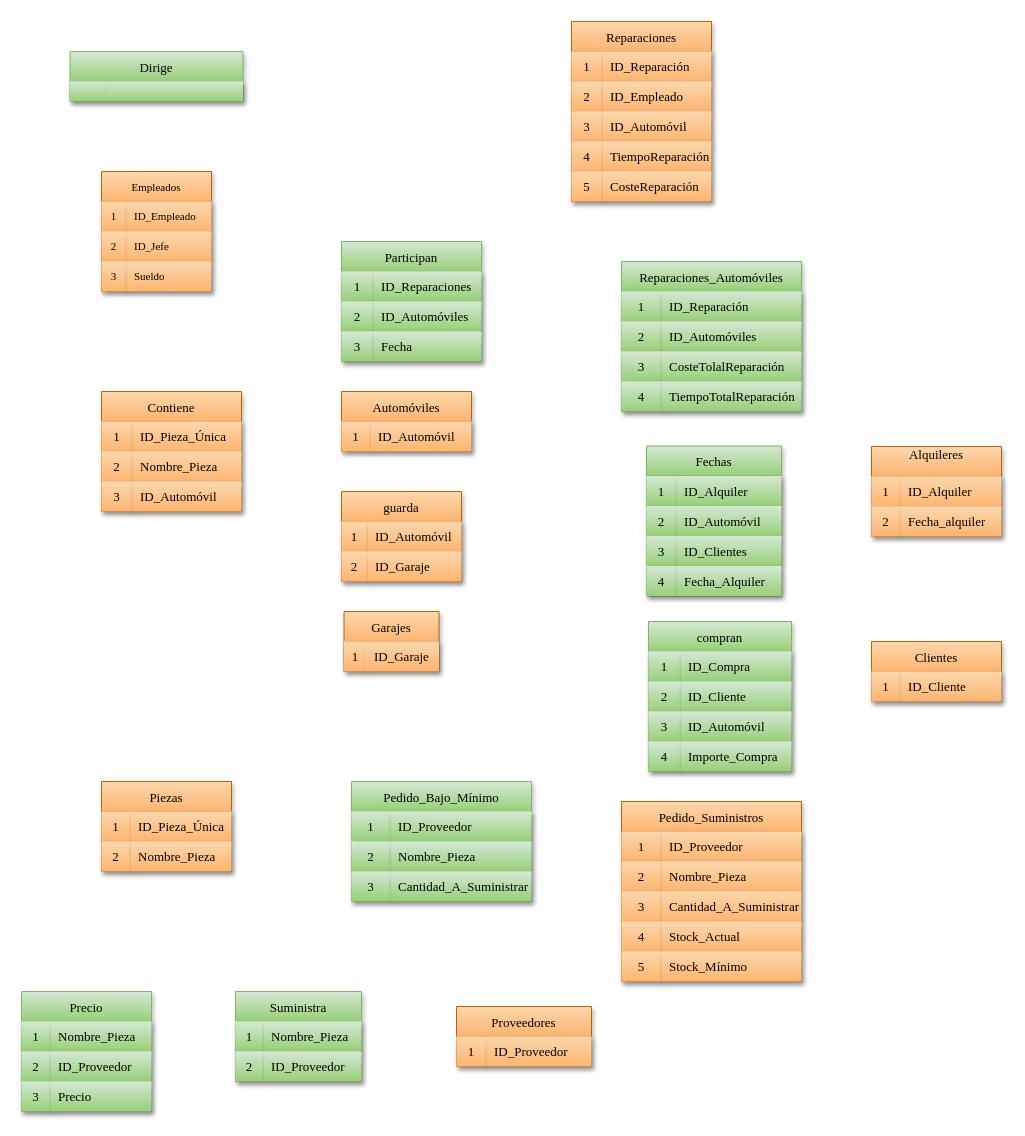
Above: IngenieríaDeSoftware/Práctica2 Actividad1/Modelo relacional.drawio in aloantony/TrabajosEnGrupoGII-DalilaTony (draw.io), before the change. Source tidied: cells renumbered, new cells numbered last; positions are measured from the earlier drawing's top-left corner, leaving out a move shared by most shapes. Both pictures are drawn from the tidied source at 100%, with x=0, y=0 at pixel (21, 21).
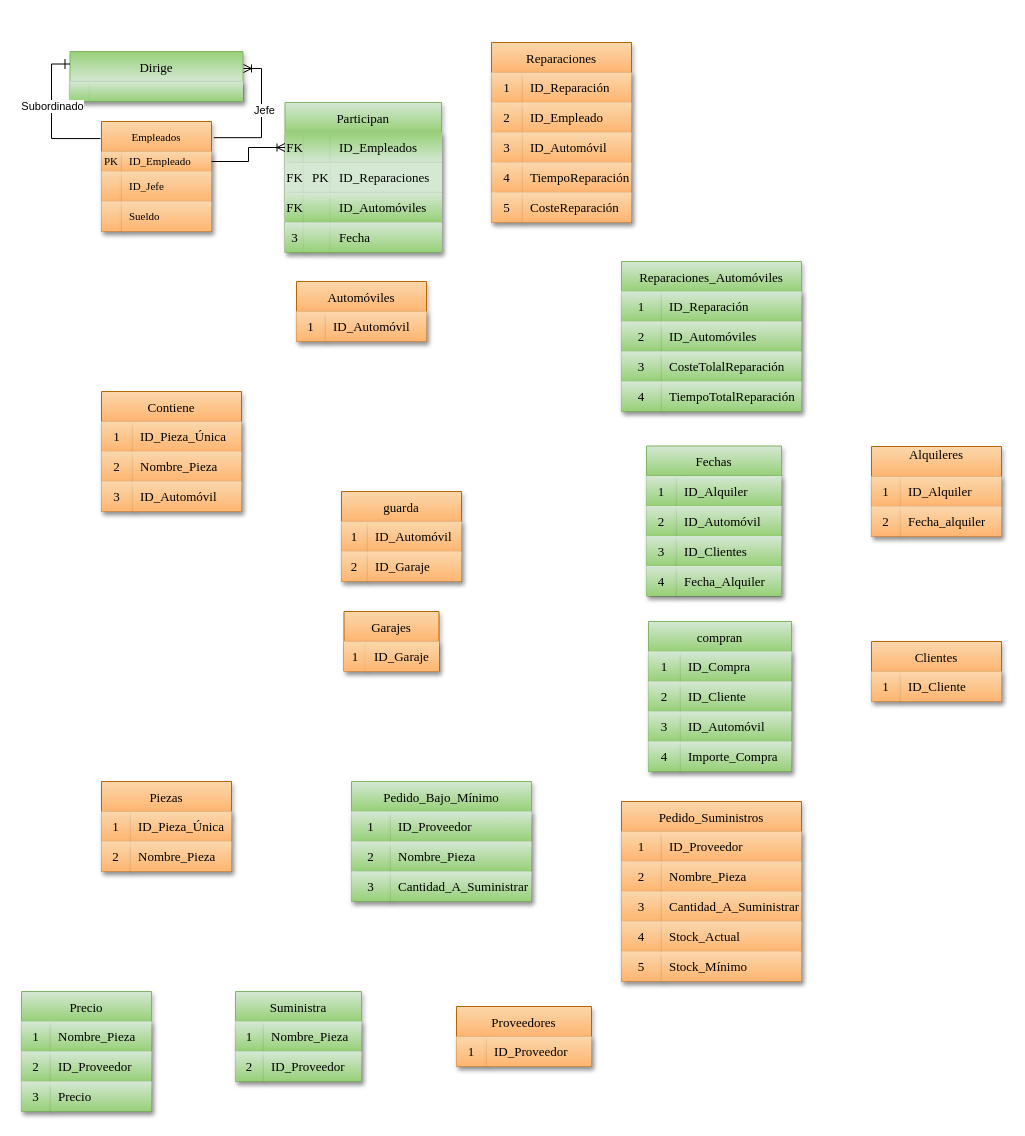
The same diagram, later.

Unchanged cells that the change refers to:
```xml
<mxCell id="3" style="shape=tableRow;horizontal=0;startSize=0;swimlaneHead=0;swimlaneBody=0;top=0;left=0;bottom=0;right=0;fillColor=#d5e8d4;strokeColor=#82b366;fontSize=13;swimlaneFillColor=none;shadow=1;textShadow=0;labelBackgroundColor=none;labelBorderColor=none;gradientColor=#97d077;fontFamily=Times New Roman;" parent="2" vertex="1">
  <mxGeometry y="30" width="173" height="20" as="geometry" />
</mxCell>
```

Change to the diagram source:
```diff
@@
-    <mxCell id="2" value="Dirige" style="shape=table;startSize=30;childLayout=tableLayout;rowLines=0;fontStyle=0;strokeColor=#82b366;fontSize=13;fillColor=#d5e8d4;swimlaneFillColor=none;shadow=1;textShadow=0;labelBackgroundColor=none;labelBorderColor=none;gradientColor=#97d077;fontFamily=Times New Roman;" parent="1" vertex="1">
+    <mxCell id="2" value="Dirige" style="shape=table;startSize=30;childLayout=tableLayout;rowLines=0;fontStyle=0;strokeColor=#82b366;fontSize=13;fillColor=#d5e8d4;swimlaneFillColor=none;shadow=1;textShadow=0;labelBackgroundColor=none;labelBorderColor=none;gradientColor=#97d077;fontFamily=Times New Roman;gradientDirection=north;" parent="1" vertex="1">
       <mxGeometry x="48.5" y="30" width="173" height="50" as="geometry" />
     </mxCell>
@@
     <mxCell id="4" style="shape=partialRectangle;html=1;whiteSpace=wrap;fillColor=#d5e8d4;top=0;left=0;bottom=0;right=0;overflow=hidden;strokeColor=#82b366;fontSize=13;swimlaneFillColor=none;shadow=1;textShadow=0;labelBackgroundColor=none;labelBorderColor=none;gradientColor=#97d077;fontFamily=Times New Roman;" parent="3" vertex="1">
-      <mxGeometry width="37" height="20" as="geometry" />
+      <mxGeometry width="20" height="20" as="geometry" />
     </mxCell>
     <mxCell id="5" style="shape=partialRectangle;html=1;whiteSpace=wrap;fillColor=#d5e8d4;top=0;left=0;bottom=0;right=0;align=left;spacingLeft=6;overflow=hidden;strokeColor=#82b366;fontSize=13;swimlaneFillColor=none;shadow=1;textShadow=0;labelBackgroundColor=none;labelBorderColor=none;gradientColor=#97d077;fontFamily=Times New Roman;" parent="3" vertex="1">
-      <mxGeometry x="37" width="136" height="20" as="geometry" />
+      <mxGeometry x="20" width="153" height="20" as="geometry" />
     </mxCell>
     <mxCell id="6" value="Reparaciones" style="shape=table;startSize=30;childLayout=tableLayout;rowLines=0;fontStyle=0;strokeColor=#b46504;fontSize=13;fillColor=#fad7ac;swimlaneFillColor=none;shadow=1;textShadow=0;labelBackgroundColor=none;labelBorderColor=none;gradientColor=#FFB570;fontFamily=Times New Roman;" parent="1" vertex="1">
-      <mxGeometry x="550" width="140" height="180" as="geometry" />
+      <mxGeometry x="470" y="21" width="140" height="180" as="geometry" />
     </mxCell>
@@
     <mxCell id="22" value="Participan" style="shape=table;startSize=30;childLayout=tableLayout;rowLines=0;fontStyle=0;strokeColor=#82b366;fontSize=13;fillColor=#d5e8d4;swimlaneFillColor=none;shadow=1;textShadow=0;labelBackgroundColor=none;labelBorderColor=none;gradientColor=#97d077;fontFamily=Times New Roman;" parent="1" vertex="1">
-      <mxGeometry x="320" y="220" width="140" height="120" as="geometry" />
+      <mxGeometry x="263.5" y="81" width="156.5" height="150" as="geometry" />
     </mxCell>
+    <mxCell id="171" style="shape=tableRow;horizontal=0;startSize=0;swimlaneHead=0;swimlaneBody=0;top=0;left=0;bottom=0;right=0;fillColor=#d5e8d4;points=[[0,0.5],[1,0.5]];portConstraint=eastwest;strokeColor=#82b366;fontSize=13;swimlaneFillColor=none;shadow=1;textShadow=0;labelBackgroundColor=none;labelBorderColor=none;gradientColor=#97d077;fontFamily=Times New Roman;" parent="22" vertex="1">
+      <mxGeometry y="30" width="156.5" height="30" as="geometry" />
+    </mxCell>
+    <mxCell id="172" value="FK" style="shape=partialRectangle;html=1;whiteSpace=wrap;fillColor=#d5e8d4;top=0;left=0;bottom=0;right=0;overflow=hidden;strokeColor=#82b366;fontSize=13;swimlaneFillColor=none;shadow=1;textShadow=0;labelBackgroundColor=none;labelBorderColor=none;gradientColor=#97d077;fontFamily=Times New Roman;gradientDirection=north;" parent="171" vertex="1">
+      <mxGeometry width="19" height="30" as="geometry" />
+    </mxCell>
+    <mxCell id="173" style="shape=partialRectangle;html=1;whiteSpace=wrap;fillColor=#d5e8d4;top=0;left=0;bottom=0;right=0;align=left;spacingLeft=6;overflow=hidden;strokeColor=#82b366;fontSize=13;swimlaneFillColor=none;shadow=1;textShadow=0;labelBackgroundColor=none;labelBorderColor=none;gradientColor=#97d077;fontFamily=Times New Roman;gradientDirection=north;" parent="171" vertex="1">
+      <mxGeometry x="19" width="27" height="30" as="geometry" />
+    </mxCell>
+    <mxCell id="174" value="ID_Empleados" style="shape=partialRectangle;html=1;whiteSpace=wrap;fillColor=#d5e8d4;top=0;left=0;bottom=0;right=0;align=left;spacingLeft=6;overflow=hidden;strokeColor=#82b366;fontSize=13;swimlaneFillColor=none;shadow=1;textShadow=0;labelBackgroundColor=none;labelBorderColor=none;gradientColor=#97d077;fontFamily=Times New Roman;gradientDirection=north;" parent="171" vertex="1">
+      <mxGeometry x="46" width="111" height="30" as="geometry" />
+    </mxCell>
     <mxCell id="23" style="shape=tableRow;horizontal=0;startSize=0;swimlaneHead=0;swimlaneBody=0;top=0;left=0;bottom=0;right=0;fillColor=#d5e8d4;strokeColor=#82b366;fontSize=13;swimlaneFillColor=none;shadow=1;textShadow=0;labelBackgroundColor=none;labelBorderColor=none;gradientColor=#97d077;fontFamily=Times New Roman;" parent="22" vertex="1">
-      <mxGeometry y="30" width="140" height="30" as="geometry" />
+      <mxGeometry y="60" width="156.5" height="30" as="geometry" />
     </mxCell>
-    <mxCell id="24" value="1" style="shape=partialRectangle;html=1;whiteSpace=wrap;fillColor=#d5e8d4;top=0;left=0;bottom=0;right=0;overflow=hidden;strokeColor=#82b366;fontSize=13;swimlaneFillColor=none;shadow=1;textShadow=0;labelBackgroundColor=none;labelBorderColor=none;gradientColor=#97d077;fontFamily=Times New Roman;" parent="23" vertex="1">
-      <mxGeometry width="32" height="30" as="geometry" />
+    <mxCell id="24" value="FK" style="shape=partialRectangle;html=1;whiteSpace=wrap;fillColor=#d5e8d4;top=0;left=0;bottom=0;right=0;overflow=hidden;strokeColor=#82b366;fontSize=13;swimlaneFillColor=none;shadow=1;textShadow=0;labelBackgroundColor=none;labelBorderColor=none;gradientColor=none;fontFamily=Times New Roman;gradientDirection=north;" parent="23" vertex="1">
+      <mxGeometry width="19" height="30" as="geometry" />
     </mxCell>
+    <mxCell id="175" value="PK" style="shape=partialRectangle;html=1;whiteSpace=wrap;fillColor=#d5e8d4;top=0;left=0;bottom=0;right=0;align=left;spacingLeft=6;overflow=hidden;strokeColor=#82b366;fontSize=13;swimlaneFillColor=none;shadow=1;textShadow=0;labelBackgroundColor=none;labelBorderColor=none;gradientColor=none;fontFamily=Times New Roman;gradientDirection=north;" parent="23" vertex="1">
+      <mxGeometry x="19" width="27" height="30" as="geometry" />
+    </mxCell>
-    <mxCell id="25" value="ID_Reparaciones" style="shape=partialRectangle;html=1;whiteSpace=wrap;fillColor=#d5e8d4;top=0;left=0;bottom=0;right=0;align=left;spacingLeft=6;overflow=hidden;strokeColor=#82b366;fontSize=13;swimlaneFillColor=none;shadow=1;textShadow=0;labelBackgroundColor=none;labelBorderColor=none;gradientColor=#97d077;fontFamily=Times New Roman;" parent="23" vertex="1">
-      <mxGeometry x="32" width="108" height="30" as="geometry" />
+    <mxCell id="25" value="ID_Reparaciones" style="shape=partialRectangle;html=1;whiteSpace=wrap;fillColor=#d5e8d4;top=0;left=0;bottom=0;right=0;align=left;spacingLeft=6;overflow=hidden;strokeColor=#82b366;fontSize=13;swimlaneFillColor=none;shadow=1;textShadow=0;labelBackgroundColor=none;labelBorderColor=none;gradientColor=none;fontFamily=Times New Roman;gradientDirection=north;" parent="23" vertex="1">
+      <mxGeometry x="46" width="111" height="30" as="geometry" />
     </mxCell>
     <mxCell id="26" style="shape=tableRow;horizontal=0;startSize=0;swimlaneHead=0;swimlaneBody=0;top=0;left=0;bottom=0;right=0;fillColor=#d5e8d4;strokeColor=#82b366;fontSize=13;swimlaneFillColor=none;shadow=1;textShadow=0;labelBackgroundColor=none;labelBorderColor=none;gradientColor=#97d077;fontFamily=Times New Roman;" parent="22" vertex="1">
-      <mxGeometry y="60" width="140" height="30" as="geometry" />
+      <mxGeometry y="90" width="156.5" height="30" as="geometry" />
     </mxCell>
-    <mxCell id="27" value="2" style="shape=partialRectangle;html=1;whiteSpace=wrap;fillColor=#d5e8d4;top=0;left=0;bottom=0;right=0;overflow=hidden;strokeColor=#82b366;fontSize=13;swimlaneFillColor=none;shadow=1;textShadow=0;labelBackgroundColor=none;labelBorderColor=none;gradientColor=#97d077;fontFamily=Times New Roman;" parent="26" vertex="1">
-      <mxGeometry width="32" height="30" as="geometry" />
+    <mxCell id="27" value="FK" style="shape=partialRectangle;html=1;whiteSpace=wrap;fillColor=#d5e8d4;top=0;left=0;bottom=0;right=0;overflow=hidden;strokeColor=#82b366;fontSize=13;swimlaneFillColor=none;shadow=1;textShadow=0;labelBackgroundColor=none;labelBorderColor=none;gradientColor=#97d077;fontFamily=Times New Roman;" parent="26" vertex="1">
+      <mxGeometry width="19" height="30" as="geometry" />
     </mxCell>
+    <mxCell id="176" style="shape=partialRectangle;html=1;whiteSpace=wrap;fillColor=#d5e8d4;top=0;left=0;bottom=0;right=0;align=left;spacingLeft=6;overflow=hidden;strokeColor=#82b366;fontSize=13;swimlaneFillColor=none;shadow=1;textShadow=0;labelBackgroundColor=none;labelBorderColor=none;gradientColor=#97d077;fontFamily=Times New Roman;" parent="26" vertex="1">
+      <mxGeometry x="19" width="27" height="30" as="geometry" />
+    </mxCell>
     <mxCell id="28" value="ID_Automóviles" style="shape=partialRectangle;html=1;whiteSpace=wrap;fillColor=#d5e8d4;top=0;left=0;bottom=0;right=0;align=left;spacingLeft=6;overflow=hidden;strokeColor=#82b366;fontSize=13;swimlaneFillColor=none;shadow=1;textShadow=0;labelBackgroundColor=none;labelBorderColor=none;gradientColor=#97d077;fontFamily=Times New Roman;" parent="26" vertex="1">
-      <mxGeometry x="32" width="108" height="30" as="geometry" />
+      <mxGeometry x="46" width="111" height="30" as="geometry" />
     </mxCell>
     <mxCell id="29" style="shape=tableRow;horizontal=0;startSize=0;swimlaneHead=0;swimlaneBody=0;top=0;left=0;bottom=0;right=0;fillColor=#d5e8d4;strokeColor=#82b366;fontSize=13;swimlaneFillColor=none;shadow=1;textShadow=0;labelBackgroundColor=none;labelBorderColor=none;gradientColor=#97d077;fontFamily=Times New Roman;" parent="22" vertex="1">
-      <mxGeometry y="90" width="140" height="30" as="geometry" />
+      <mxGeometry y="120" width="156.5" height="30" as="geometry" />
     </mxCell>
     <mxCell id="30" value="3" style="shape=partialRectangle;html=1;whiteSpace=wrap;fillColor=#d5e8d4;top=0;left=0;bottom=0;right=0;overflow=hidden;strokeColor=#82b366;fontSize=13;swimlaneFillColor=none;shadow=1;textShadow=0;labelBackgroundColor=none;labelBorderColor=none;gradientColor=#97d077;fontFamily=Times New Roman;" parent="29" vertex="1">
-      <mxGeometry width="32" height="30" as="geometry" />
+      <mxGeometry width="19" height="30" as="geometry" />
     </mxCell>
+    <mxCell id="177" style="shape=partialRectangle;html=1;whiteSpace=wrap;fillColor=#d5e8d4;top=0;left=0;bottom=0;right=0;align=left;spacingLeft=6;overflow=hidden;strokeColor=#82b366;fontSize=13;swimlaneFillColor=none;shadow=1;textShadow=0;labelBackgroundColor=none;labelBorderColor=none;gradientColor=#97d077;fontFamily=Times New Roman;" parent="29" vertex="1">
+      <mxGeometry x="19" width="27" height="30" as="geometry" />
+    </mxCell>
     <mxCell id="31" value="Fecha" style="shape=partialRectangle;html=1;whiteSpace=wrap;fillColor=#d5e8d4;top=0;left=0;bottom=0;right=0;align=left;spacingLeft=6;overflow=hidden;strokeColor=#82b366;fontSize=13;swimlaneFillColor=none;shadow=1;textShadow=0;labelBackgroundColor=none;labelBorderColor=none;gradientColor=#97d077;fontFamily=Times New Roman;" parent="29" vertex="1">
-      <mxGeometry x="32" width="108" height="30" as="geometry" />
+      <mxGeometry x="46" width="111" height="30" as="geometry" />
     </mxCell>
@@
     <mxCell id="62" value="Empleados" style="shape=table;startSize=30;childLayout=tableLayout;rowLines=0;fontStyle=0;strokeColor=#b46504;fontSize=11;fillColor=#fad7ac;swimlaneFillColor=none;shadow=1;textShadow=0;labelBackgroundColor=none;labelBorderColor=none;gradientColor=#FFB570;fontFamily=Times New Roman;" parent="1" vertex="1">
-      <mxGeometry x="80" y="150" width="110" height="120" as="geometry" />
+      <mxGeometry x="80" y="100" width="110" height="110" as="geometry" />
     </mxCell>
     <mxCell id="63" style="shape=tableRow;horizontal=0;startSize=0;swimlaneHead=0;swimlaneBody=0;top=0;left=0;bottom=0;right=0;fillColor=#fad7ac;points=[[0,0.5],[1,0.5]];portConstraint=eastwest;strokeColor=#b46504;fontSize=11;swimlaneFillColor=none;shadow=1;textShadow=0;labelBackgroundColor=none;labelBorderColor=none;gradientColor=#FFB570;fontFamily=Times New Roman;" parent="62" vertex="1">
-      <mxGeometry y="30" width="110" height="30" as="geometry" />
+      <mxGeometry y="30" width="110" height="20" as="geometry" />
     </mxCell>
-    <mxCell id="64" value="1" style="shape=partialRectangle;html=1;whiteSpace=wrap;fillColor=#fad7ac;top=0;left=0;bottom=0;right=0;overflow=hidden;strokeColor=#b46504;fontSize=11;swimlaneFillColor=none;shadow=1;textShadow=0;labelBackgroundColor=none;labelBorderColor=none;gradientColor=#FFB570;fontFamily=Times New Roman;" parent="63" vertex="1">
-      <mxGeometry width="25" height="30" as="geometry" />
+    <mxCell id="64" value="PK" style="shape=partialRectangle;html=1;whiteSpace=wrap;fillColor=#fad7ac;top=0;left=0;bottom=0;right=0;overflow=hidden;strokeColor=#b46504;fontSize=11;swimlaneFillColor=none;shadow=1;textShadow=0;labelBackgroundColor=none;labelBorderColor=none;gradientColor=#FFB570;fontFamily=Times New Roman;" parent="63" vertex="1">
+      <mxGeometry width="20" height="20" as="geometry" />
     </mxCell>
     <mxCell id="65" value="ID_Empleado&lt;span style=&quot;white-space: pre; font-size: 11px;&quot;&gt;&#9;&lt;/span&gt;&lt;span style=&quot;white-space: pre; font-size: 11px;&quot;&gt;&#9;&lt;/span&gt;" style="shape=partialRectangle;html=1;whiteSpace=wrap;fillColor=#fad7ac;top=0;left=0;bottom=0;right=0;align=left;spacingLeft=6;overflow=hidden;strokeColor=#b46504;fontSize=11;swimlaneFillColor=none;shadow=1;textShadow=0;labelBackgroundColor=none;labelBorderColor=none;gradientColor=#FFB570;fontFamily=Times New Roman;" parent="63" vertex="1">
-      <mxGeometry x="25" width="85" height="30" as="geometry" />
+      <mxGeometry x="20" width="90" height="20" as="geometry" />
     </mxCell>
     <mxCell id="66" style="shape=tableRow;horizontal=0;startSize=0;swimlaneHead=0;swimlaneBody=0;top=0;left=0;bottom=0;right=0;fillColor=#fad7ac;strokeColor=#b46504;fontSize=11;swimlaneFillColor=none;shadow=1;textShadow=0;labelBackgroundColor=none;labelBorderColor=none;gradientColor=#FFB570;fontFamily=Times New Roman;" parent="62" vertex="1">
-      <mxGeometry y="60" width="110" height="30" as="geometry" />
+      <mxGeometry y="50" width="110" height="30" as="geometry" />
     </mxCell>
-    <mxCell id="67" value="2" style="shape=partialRectangle;html=1;whiteSpace=wrap;fillColor=#fad7ac;top=0;left=0;bottom=0;right=0;overflow=hidden;strokeColor=#b46504;fontSize=11;swimlaneFillColor=none;shadow=1;textShadow=0;labelBackgroundColor=none;labelBorderColor=none;gradientColor=#FFB570;fontFamily=Times New Roman;" parent="66" vertex="1">
-      <mxGeometry width="25" height="30" as="geometry" />
+    <mxCell id="67" style="shape=partialRectangle;html=1;whiteSpace=wrap;fillColor=#fad7ac;top=0;left=0;bottom=0;right=0;overflow=hidden;strokeColor=#b46504;fontSize=11;swimlaneFillColor=none;shadow=1;textShadow=0;labelBackgroundColor=none;labelBorderColor=none;gradientColor=#FFB570;fontFamily=Times New Roman;" parent="66" vertex="1">
+      <mxGeometry width="20" height="30" as="geometry" />
     </mxCell>
     <mxCell id="68" value="ID_Jefe" style="shape=partialRectangle;html=1;whiteSpace=wrap;fillColor=#fad7ac;top=0;left=0;bottom=0;right=0;align=left;spacingLeft=6;overflow=hidden;strokeColor=#b46504;fontSize=11;swimlaneFillColor=none;shadow=1;textShadow=0;labelBackgroundColor=none;labelBorderColor=none;gradientColor=#FFB570;fontFamily=Times New Roman;" parent="66" vertex="1">
-      <mxGeometry x="25" width="85" height="30" as="geometry" />
+      <mxGeometry x="20" width="90" height="30" as="geometry" />
     </mxCell>
     <mxCell id="69" style="shape=tableRow;horizontal=0;startSize=0;swimlaneHead=0;swimlaneBody=0;top=0;left=0;bottom=0;right=0;fillColor=#fad7ac;strokeColor=#b46504;fontSize=11;swimlaneFillColor=none;shadow=1;textShadow=0;labelBackgroundColor=none;labelBorderColor=none;gradientColor=#FFB570;fontFamily=Times New Roman;" parent="62" vertex="1">
-      <mxGeometry y="90" width="110" height="30" as="geometry" />
+      <mxGeometry y="80" width="110" height="30" as="geometry" />
     </mxCell>
-    <mxCell id="70" value="3" style="shape=partialRectangle;html=1;whiteSpace=wrap;fillColor=#fad7ac;top=0;left=0;bottom=0;right=0;overflow=hidden;strokeColor=#b46504;fontSize=11;swimlaneFillColor=none;shadow=1;textShadow=0;labelBackgroundColor=none;labelBorderColor=none;gradientColor=#FFB570;fontFamily=Times New Roman;" parent="69" vertex="1">
-      <mxGeometry width="25" height="30" as="geometry" />
+    <mxCell id="70" style="shape=partialRectangle;html=1;whiteSpace=wrap;fillColor=#fad7ac;top=0;left=0;bottom=0;right=0;overflow=hidden;strokeColor=#b46504;fontSize=11;swimlaneFillColor=none;shadow=1;textShadow=0;labelBackgroundColor=none;labelBorderColor=none;gradientColor=#FFB570;fontFamily=Times New Roman;" parent="69" vertex="1">
+      <mxGeometry width="20" height="30" as="geometry" />
     </mxCell>
     <mxCell id="71" value="Sueldo" style="shape=partialRectangle;html=1;whiteSpace=wrap;fillColor=#fad7ac;top=0;left=0;bottom=0;right=0;align=left;spacingLeft=6;overflow=hidden;strokeColor=#b46504;fontSize=11;swimlaneFillColor=none;shadow=1;textShadow=0;labelBackgroundColor=none;labelBorderColor=none;gradientColor=#FFB570;fontFamily=Times New Roman;" parent="69" vertex="1">
-      <mxGeometry x="25" width="85" height="30" as="geometry" />
+      <mxGeometry x="20" width="90" height="30" as="geometry" />
     </mxCell>
@@
     <mxCell id="89" value="Automóviles" style="shape=table;startSize=30;childLayout=tableLayout;rowLines=0;fontStyle=0;strokeColor=#b46504;fontSize=13;fillColor=#fad7ac;swimlaneFillColor=none;shadow=1;textShadow=0;labelBackgroundColor=none;labelBorderColor=none;gradientColor=#FFB570;fontFamily=Times New Roman;" parent="1" vertex="1">
-      <mxGeometry x="320" y="370" width="130" height="60" as="geometry" />
+      <mxGeometry x="275" y="260" width="130" height="60" as="geometry" />
     </mxCell>
@@
+    <mxCell id="178" style="edgeStyle=elbowEdgeStyle;fontSize=12;html=1;endArrow=ERone;endFill=1;rounded=0;startSize=8;endSize=8;entryX=0;entryY=0.25;entryDx=0;entryDy=0;exitX=-0.009;exitY=0.155;exitDx=0;exitDy=0;exitPerimeter=0;" parent="1" edge="1" source="62" target="2">
+      <mxGeometry relative="1" as="geometry">
+        <Array as="points">
+          <mxPoint x="30" y="90" />
+        </Array>
+      </mxGeometry>
+    </mxCell>
+    <mxCell id="179" value="Subordinado" style="edgeLabel;html=1;align=center;verticalAlign=middle;" parent="178" vertex="1">
+      <mxGeometry x="0.15" relative="1" as="geometry" />
+    </mxCell>
+    <mxCell id="180" style="edgeStyle=elbowEdgeStyle;fontSize=12;html=1;endArrow=ERoneToMany;rounded=0;entryX=1.003;entryY=0.34;entryDx=0;entryDy=0;entryPerimeter=0;exitX=1.021;exitY=0.147;exitDx=0;exitDy=0;exitPerimeter=0;elbow=horizontal;" parent="1" edge="1" source="62" target="2">
+      <mxGeometry relative="1" as="geometry">
+        <Array as="points">
+          <mxPoint x="240" y="80" />
+        </Array>
+      </mxGeometry>
+    </mxCell>
+    <mxCell id="181" value="Jefe" style="edgeLabel;html=1;align=center;verticalAlign=middle;" parent="180" vertex="1">
+      <mxGeometry x="0.11" y="-2" relative="1" as="geometry" />
+    </mxCell>
+    <mxCell id="182" style="edgeStyle=elbowEdgeStyle;fontSize=12;html=1;endArrow=ERoneToMany;rounded=0;exitX=1;exitY=0.5;exitDx=0;exitDy=0;entryX=0;entryY=0.5;entryDx=0;entryDy=0;" parent="1" edge="1" source="63" target="171">
+      <mxGeometry relative="1" as="geometry" />
+    </mxCell>
```
